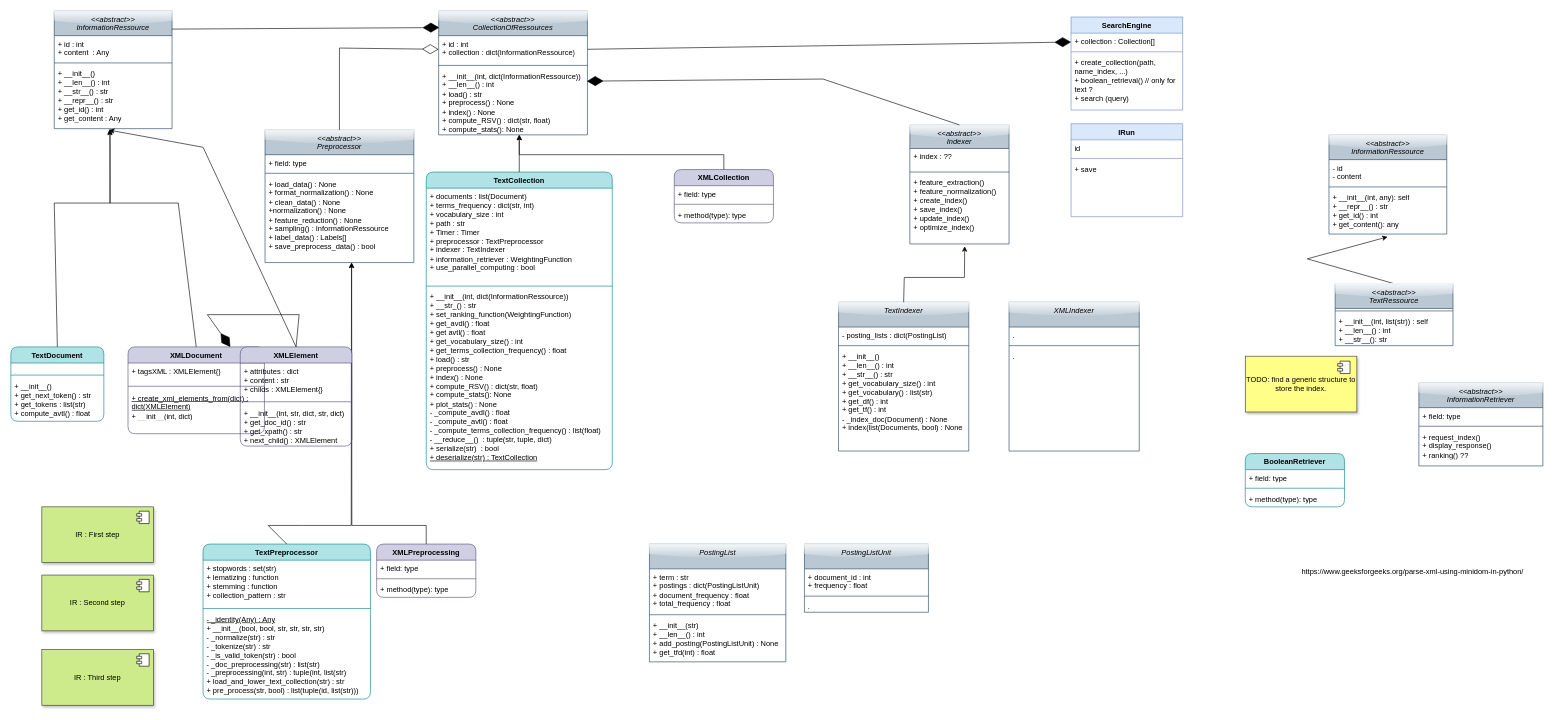
Before: uml_diagrams/information_retrieval_models.drawio in mohamedlrouabah1/RIM2DSC, a draw.io diagram. Source tidied: cells renumbered, new cells numbered last; positions are measured from the earlier drawing's top-left corner, leaving out a move shared by most shapes. Both pictures are drawn from the tidied source at 62%, with x=0, y=0 at pixel (11, 11).
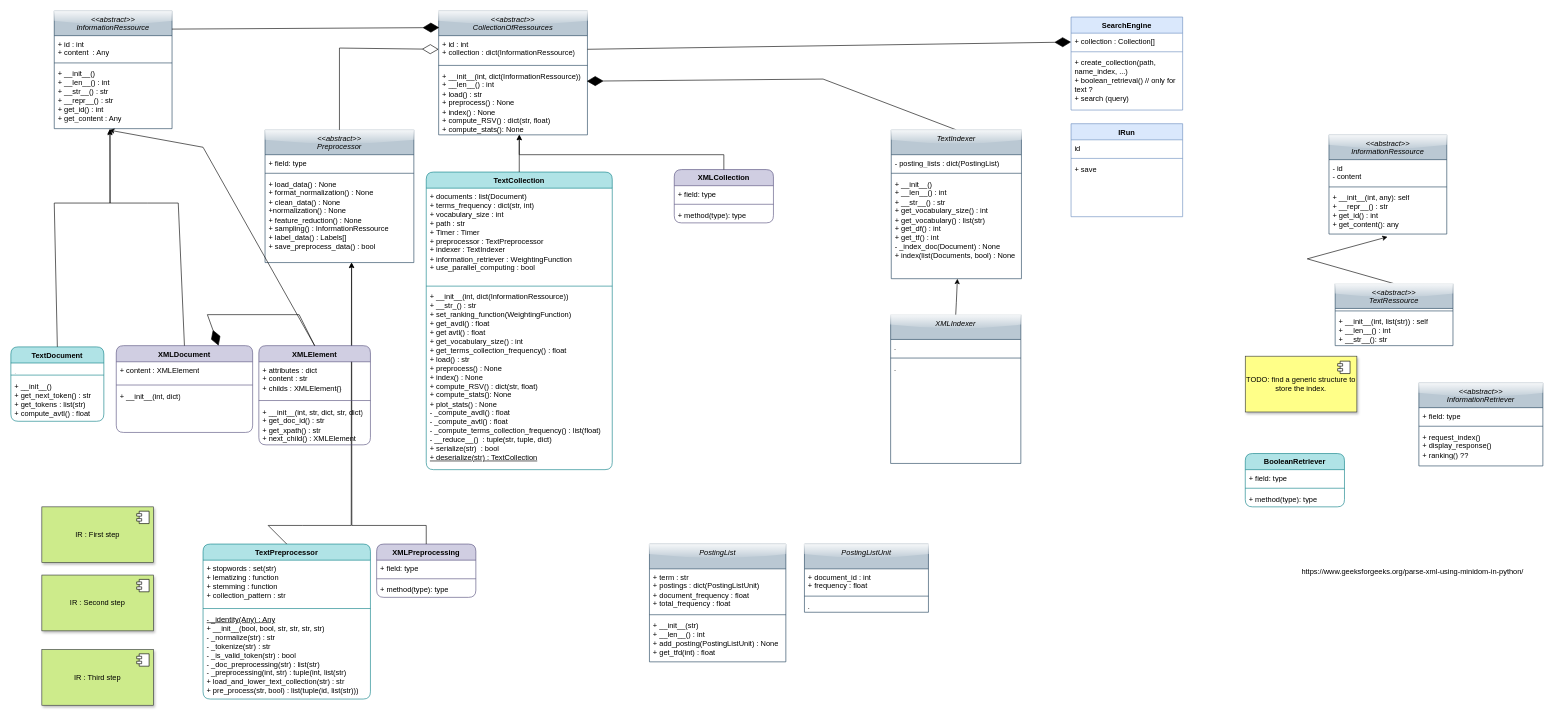
The same page after the edit.

Commit message (it also covers changes not shown here):
update: Collection architecture

The change refers to these unchanged cells:
```xml
<mxCell id="17" value="+ __init__(int, dict(InformationRessource))&lt;br&gt;+ __len__() : int&lt;br&gt;+ load() : str&lt;br&gt;+ preprocess() : None&lt;br&gt;+ index() : None&lt;br&gt;+ compute_RSV() : dict(str, float)&lt;br&gt;+ compute_stats(): None" style="text;strokeColor=none;fillColor=none;align=left;verticalAlign=top;spacingLeft=4;spacingRight=4;overflow=hidden;points=[[0,0.5],[1,0.5]];portConstraint=eastwest;whiteSpace=wrap;html=1;" parent="14" vertex="1">
  <mxGeometry y="92" width="240" height="108" as="geometry" />
</mxCell>
<mxCell id="100" value="+ __init__()&lt;br&gt;+ __len__() : int&lt;br&gt;+ __str__() : str&lt;br&gt;+ get_vocabulary_size() : int&lt;br&gt;+ get_vocabulary() : list(str)&lt;br&gt;+ get_df() : int&lt;br&gt;+ get_tf() : int&lt;br&gt;- _index_doc(Document) : None&lt;br&gt;+ index(list(Documents, bool) : None" style="text;strokeColor=none;fillColor=none;align=left;verticalAlign=top;spacingLeft=4;spacingRight=4;overflow=hidden;points=[[0,0.5],[1,0.5]];portConstraint=eastwest;whiteSpace=wrap;html=1;" parent="97" vertex="1">
  <mxGeometry y="74" width="210" height="166" as="geometry" />
</mxCell>
```

What changed in the source:
```diff
@@
     <mxCell id="10" value="XMLDocument" style="swimlane;fontStyle=1;align=center;verticalAlign=top;horizontal=1;startSize=26;whiteSpace=wrap;html=1;fillColor=#d0cee2;strokeColor=#56517e;rounded=1;" parent="1" vertex="1">
-      <mxGeometry x="189" y="542" width="220" height="140" as="geometry" />
+      <mxGeometry x="170" y="540" width="220" height="140" as="geometry" />
     </mxCell>
-    <mxCell id="11" value="+ tagsXML : XMLElement{}" style="text;strokeColor=none;fillColor=none;align=left;verticalAlign=top;spacingLeft=4;spacingRight=4;overflow=hidden;whiteSpace=wrap;html=1;" parent="10" vertex="1">
+    <mxCell id="11" value="+ content : XMLElement" style="text;strokeColor=none;fillColor=none;align=left;verticalAlign=top;spacingLeft=4;spacingRight=4;overflow=hidden;whiteSpace=wrap;html=1;" parent="10" vertex="1">
       <mxGeometry y="26" width="220" height="32" as="geometry" />
     </mxCell>
@@
-    <mxCell id="13" value="&lt;u&gt;+ create_xml_elements_from(dict) : dict(XMLElement)&lt;/u&gt;&lt;br&gt;+ __init__(int, dict)" style="text;strokeColor=none;fillColor=none;align=left;verticalAlign=top;spacingLeft=4;spacingRight=4;overflow=hidden;whiteSpace=wrap;html=1;" parent="10" vertex="1">
+    <mxCell id="13" value="+ __init__(int, dict)" style="text;strokeColor=none;fillColor=none;align=left;verticalAlign=top;spacingLeft=4;spacingRight=4;overflow=hidden;whiteSpace=wrap;html=1;" parent="10" vertex="1">
       <mxGeometry y="69" width="220" height="71" as="geometry" />
     </mxCell>
@@
-    <mxCell id="50" value="&lt;i style=&quot;font-weight: normal;&quot;&gt;&amp;lt;&amp;lt;abstract&amp;gt;&amp;gt;&lt;br&gt;Indexer&lt;/i&gt;" style="swimlane;fontStyle=1;align=center;verticalAlign=top;horizontal=1;startSize=38;whiteSpace=wrap;html=1;fillColor=#bac8d3;strokeColor=#23445d;glass=1;" parent="1" vertex="1">
-      <mxGeometry x="1450" y="184" width="160" height="192" as="geometry" />
-    </mxCell>
-    <mxCell id="51" value="+ index : ??" style="text;strokeColor=none;fillColor=none;align=left;verticalAlign=top;spacingLeft=4;spacingRight=4;overflow=hidden;whiteSpace=wrap;html=1;" parent="50" vertex="1">
-      <mxGeometry y="38" width="160" height="34" as="geometry" />
-    </mxCell>
-    <mxCell id="52" style="line;strokeWidth=1;fillColor=none;align=left;verticalAlign=middle;spacingTop=-1;spacingLeft=3;spacingRight=3;labelPosition=right;strokeColor=inherit;" parent="50" vertex="1">
-      <mxGeometry y="72" width="160" height="8" as="geometry" />
-    </mxCell>
-    <mxCell id="53" value="+ feature_extraction()&lt;br&gt;+ feature_normalization()&lt;br&gt;+ create_index()&lt;br&gt;+ save_index()&lt;br&gt;+ update_index()&lt;br&gt;+ optimize_index()" style="text;strokeColor=none;fillColor=none;align=left;verticalAlign=top;spacingLeft=4;spacingRight=4;overflow=hidden;points=[[0,0.5],[1,0.5]];portConstraint=eastwest;whiteSpace=wrap;html=1;" parent="50" vertex="1">
-      <mxGeometry y="80" width="160" height="112" as="geometry" />
-    </mxCell>
@@
-    <mxCell id="67" style="endArrow=diamondThin;endFill=1;endSize=24;html=1;rounded=0;exitX=0.5;exitY=0;exitDx=0;exitDy=0;entryX=0.996;entryY=0.198;entryDx=0;entryDy=0;entryPerimeter=0;" parent="1" edge="1" source="50" target="17">
+    <mxCell id="67" style="endArrow=diamondThin;endFill=1;endSize=24;html=1;rounded=0;exitX=0.5;exitY=0;exitDx=0;exitDy=0;entryX=0.996;entryY=0.198;entryDx=0;entryDy=0;entryPerimeter=0;" parent="1" edge="1" source="97" target="17">
       <mxGeometry relative="1" as="geometry">
         <Array as="points">
           <mxPoint x="1310" y="110" />
         </Array>
       </mxGeometry>
     </mxCell>
@@
     <mxCell id="80" value="XMLElement" style="swimlane;fontStyle=1;align=center;verticalAlign=top;horizontal=1;startSize=26;whiteSpace=wrap;html=1;fillColor=#d0cee2;strokeColor=#56517e;rounded=1;" parent="1" vertex="1">
-      <mxGeometry x="370" y="542" width="180" height="160" as="geometry" />
+      <mxGeometry x="400" y="540" width="180" height="160" as="geometry" />
     </mxCell>
@@
     <mxCell id="97" value="&lt;span style=&quot;font-weight: 400;&quot;&gt;&lt;i&gt;TextIndexer&lt;/i&gt;&lt;/span&gt;" style="swimlane;fontStyle=1;align=center;verticalAlign=top;horizontal=1;startSize=40;whiteSpace=wrap;html=1;fillColor=#bac8d3;strokeColor=#23445d;glass=1;" parent="1" vertex="1">
-      <mxGeometry x="1335" y="470" width="210" height="240" as="geometry" />
+      <mxGeometry x="1420" y="192" width="210" height="240" as="geometry" />
     </mxCell>
@@
-    <mxCell id="101" style="endArrow=classic;html=1;rounded=0;exitX=0.5;exitY=0;exitDx=0;exitDy=0;entryX=0.553;entryY=1.034;entryDx=0;entryDy=0;entryPerimeter=0;" parent="1" edge="1" source="97" target="53">
-      <mxGeometry relative="1" as="geometry">
-        <Array as="points">
-          <mxPoint x="1441" y="430" />
-          <mxPoint x="1538" y="430" />
-        </Array>
-      </mxGeometry>
-    </mxCell>
     <mxCell id="102" value="&lt;span style=&quot;font-weight: 400;&quot;&gt;&lt;i&gt;XMLIndexer&lt;/i&gt;&lt;/span&gt;" style="swimlane;fontStyle=1;align=center;verticalAlign=top;horizontal=1;startSize=40;whiteSpace=wrap;html=1;fillColor=#bac8d3;strokeColor=#23445d;glass=1;" parent="1" vertex="1">
-      <mxGeometry x="1610" y="470" width="210" height="240" as="geometry" />
+      <mxGeometry x="1419" y="490" width="210" height="240" as="geometry" />
     </mxCell>
@@
+    <mxCell id="108" style="endArrow=classic;html=1;rounded=0;entryX=0.508;entryY=1.001;entryDx=0;entryDy=0;entryPerimeter=0;exitX=0.5;exitY=0;exitDx=0;exitDy=0;" parent="1" edge="1" source="102" target="100">
+      <mxGeometry relative="1" as="geometry">
+        <Array as="points">
+          <mxPoint x="1525" y="470" />
+        </Array>
+      </mxGeometry>
+    </mxCell>
```
